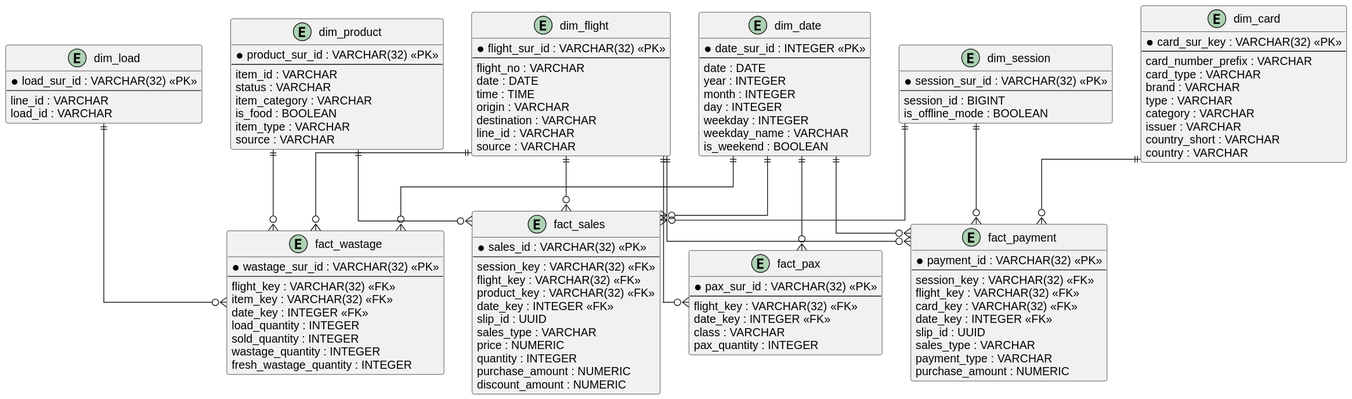
The PlantUML diagram docs/diagrams/data_model.svg in vkniazeva/ai-analytics-agent, before a commit. Source of this version:
```plantuml
@startuml
skinparam backgroundColor white
skinparam defaultFontName Arial
skinparam shadowing false
skinparam linetype ortho

skinparam entity {
    BackgroundColor #F9F9F9
    BorderColor #333333
}

entity "dim_flight" {
    * flight_sur_id : VARCHAR(32) <<PK>>
    --
    flight_no : VARCHAR
    date : DATE
    time : TIME
    origin : VARCHAR
    destination : VARCHAR
    line_id : VARCHAR
    source : VARCHAR
}

entity "dim_product" {
    * product_sur_id : VARCHAR(32) <<PK>>
    --
    item_id : VARCHAR
    status : VARCHAR
    item_category : VARCHAR
    is_food : BOOLEAN
    item_type : VARCHAR
    source : VARCHAR
}

entity "dim_date" {
    * date_sur_id : INTEGER <<PK>>
    --
    date : DATE
    year : INTEGER
    month : INTEGER
    day : INTEGER
    weekday : INTEGER
    weekday_name : VARCHAR
    is_weekend : BOOLEAN
}

entity "dim_session" {
    * session_sur_id : VARCHAR(32) <<PK>>
    --
    session_id : BIGINT
    is_offline_mode : BOOLEAN
}

entity "dim_card" {
    * card_sur_key : VARCHAR(32) <<PK>>
    --
    card_number_prefix : VARCHAR
    card_type : VARCHAR
    brand : VARCHAR
    type : VARCHAR
    category : VARCHAR
    issuer : VARCHAR
    country_short : VARCHAR
    country : VARCHAR
}

entity "dim_load" {
    * load_sur_id : VARCHAR(32) <<PK>>
    --
    line_id : VARCHAR
    load_id : VARCHAR
}

entity "fact_sales" {
    * sales_id : VARCHAR(32) <<PK>>
    --
    session_key : VARCHAR(32) <<FK>>
    flight_key : VARCHAR(32) <<FK>>
    product_key : VARCHAR(32) <<FK>>
    date_key : INTEGER <<FK>>
    slip_id : UUID
    sales_type : VARCHAR
    price : NUMERIC
    quantity : INTEGER
    purchase_amount : NUMERIC
    discount_amount : NUMERIC
}

entity "fact_payment" {
    * payment_id : VARCHAR(32) <<PK>>
    --
    session_key : VARCHAR(32) <<FK>>
    flight_key : VARCHAR(32) <<FK>>
    card_key : VARCHAR(32) <<FK>>
    date_key : INTEGER <<FK>>
    slip_id : UUID
    sales_type : VARCHAR
    payment_type : VARCHAR
    purchase_amount : NUMERIC
}

entity "fact_pax" {
    * pax_sur_id : VARCHAR(32) <<PK>>
    --
    flight_key : VARCHAR(32) <<FK>>
    date_key : INTEGER <<FK>>
    class : VARCHAR
    pax_quantity : INTEGER
}

entity "fact_wastage" {
    * wastage_sur_id : VARCHAR(32) <<PK>>
    --
    flight_key : VARCHAR(32) <<FK>>
    item_key : VARCHAR(32) <<FK>>
    date_key : INTEGER <<FK>>
    load_quantity : INTEGER
    sold_quantity : INTEGER
    wastage_quantity : INTEGER
    fresh_wastage_quantity : INTEGER
}

dim_flight ||--o{ fact_sales
dim_flight ||--o{ fact_payment
dim_flight ||--o{ fact_pax
dim_flight ||--o{ fact_wastage

dim_session ||--o{ fact_sales
dim_session ||--o{ fact_payment

dim_product ||--o{ fact_sales
dim_product ||--o{ fact_wastage

dim_card ||--o{ fact_payment

dim_date ||--o{ fact_sales
dim_date ||--o{ fact_payment
dim_date ||--o{ fact_pax
dim_date ||--o{ fact_wastage

dim_load ||--o{ fact_wastage
@enduml
```
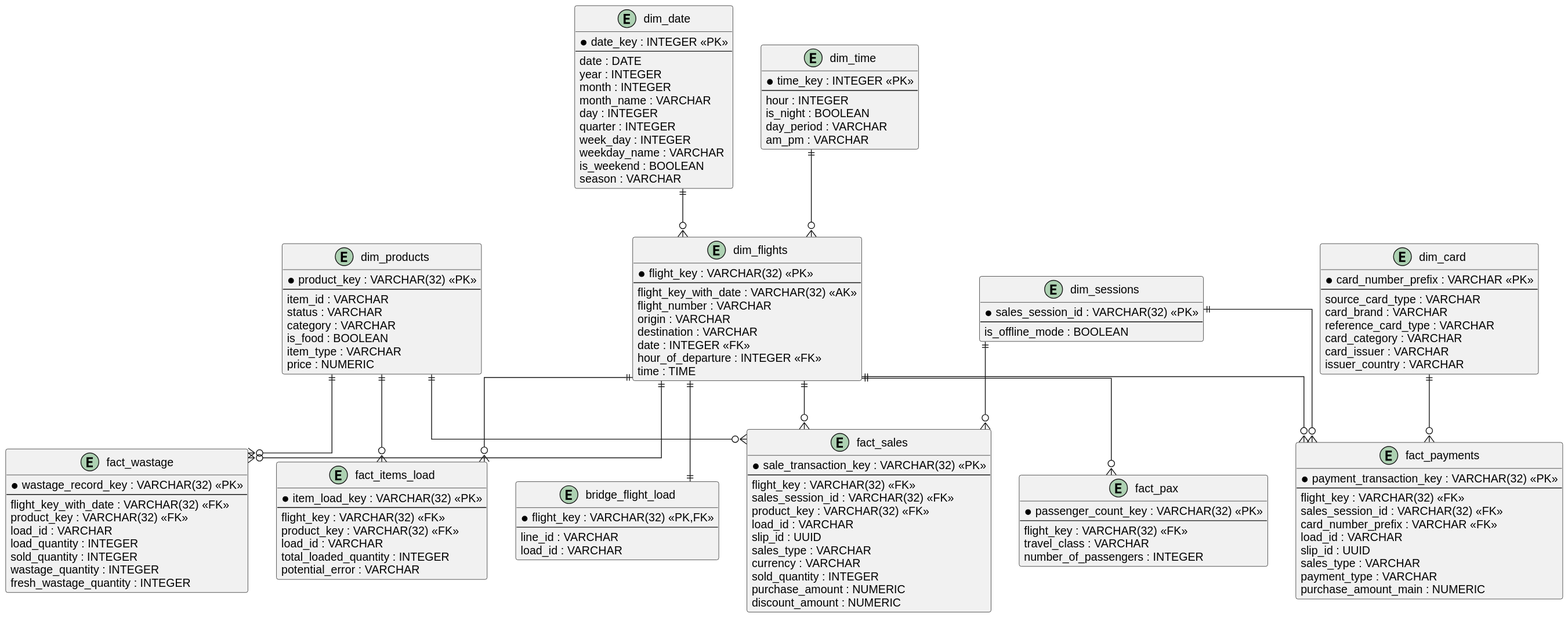
The same diagram one commit later.

Change to the diagram source:
```diff
@@ -9,134 +9,151 @@
     BorderColor #333333
 }
 
-entity "dim_flight" {
-    * flight_sur_id : VARCHAR(32) <<PK>>
-    --
-    flight_no : VARCHAR
-    date : DATE
-    time : TIME
-    origin : VARCHAR
-    destination : VARCHAR
-    line_id : VARCHAR
-    source : VARCHAR
-}
-
-entity "dim_product" {
-    * product_sur_id : VARCHAR(32) <<PK>>
-    --
-    item_id : VARCHAR
-    status : VARCHAR
-    item_category : VARCHAR
-    is_food : BOOLEAN
-    item_type : VARCHAR
-    source : VARCHAR
-}
-
 entity "dim_date" {
-    * date_sur_id : INTEGER <<PK>>
+    * date_key : INTEGER <<PK>>
     --
     date : DATE
     year : INTEGER
     month : INTEGER
+    month_name : VARCHAR
     day : INTEGER
-    weekday : INTEGER
+    quarter : INTEGER
+    week_day : INTEGER
     weekday_name : VARCHAR
     is_weekend : BOOLEAN
+    season : VARCHAR
 }
 
-entity "dim_session" {
-    * session_sur_id : VARCHAR(32) <<PK>>
+entity "dim_time" {
+    * time_key : INTEGER <<PK>>
     --
-    session_id : BIGINT
+    hour : INTEGER
+    is_night : BOOLEAN
+    day_period : VARCHAR
+    am_pm : VARCHAR
+}
+
+entity "dim_flights" {
+    * flight_key : VARCHAR(32) <<PK>>
+    --
+    flight_key_with_date : VARCHAR(32) <<AK>>
+    flight_number : VARCHAR
+    origin : VARCHAR
+    destination : VARCHAR
+    date : INTEGER <<FK>>
+    hour_of_departure : INTEGER <<FK>>
+    time : TIME
+}
+
+entity "dim_products" {
+    * product_key : VARCHAR(32) <<PK>>
+    --
+    item_id : VARCHAR
+    status : VARCHAR
+    category : VARCHAR
+    is_food : BOOLEAN
+    item_type : VARCHAR
+    price : NUMERIC
+}
+
+entity "dim_sessions" {
+    * sales_session_id : VARCHAR(32) <<PK>>
+    --
     is_offline_mode : BOOLEAN
 }
 
 entity "dim_card" {
-    * card_sur_key : VARCHAR(32) <<PK>>
+    * card_number_prefix : VARCHAR <<PK>>
     --
-    card_number_prefix : VARCHAR
-    card_type : VARCHAR
-    brand : VARCHAR
-    type : VARCHAR
-    category : VARCHAR
-    issuer : VARCHAR
-    country_short : VARCHAR
-    country : VARCHAR
+    source_card_type : VARCHAR
+    card_brand : VARCHAR
+    reference_card_type : VARCHAR
+    card_category : VARCHAR
+    card_issuer : VARCHAR
+    issuer_country : VARCHAR
 }
 
-entity "dim_load" {
-    * load_sur_id : VARCHAR(32) <<PK>>
+entity "bridge_flight_load" {
+    * flight_key : VARCHAR(32) <<PK,FK>>
     --
     line_id : VARCHAR
     load_id : VARCHAR
 }
 
 entity "fact_sales" {
-    * sales_id : VARCHAR(32) <<PK>>
+    * sale_transaction_key : VARCHAR(32) <<PK>>
     --
-    session_key : VARCHAR(32) <<FK>>
     flight_key : VARCHAR(32) <<FK>>
+    sales_session_id : VARCHAR(32) <<FK>>
     product_key : VARCHAR(32) <<FK>>
-    date_key : INTEGER <<FK>>
+    load_id : VARCHAR
     slip_id : UUID
     sales_type : VARCHAR
-    price : NUMERIC
-    quantity : INTEGER
+    currency : VARCHAR
+    sold_quantity : INTEGER
     purchase_amount : NUMERIC
     discount_amount : NUMERIC
 }
 
-entity "fact_payment" {
-    * payment_id : VARCHAR(32) <<PK>>
+entity "fact_payments" {
+    * payment_transaction_key : VARCHAR(32) <<PK>>
     --
-    session_key : VARCHAR(32) <<FK>>
     flight_key : VARCHAR(32) <<FK>>
-    card_key : VARCHAR(32) <<FK>>
-    date_key : INTEGER <<FK>>
+    sales_session_id : VARCHAR(32) <<FK>>
+    card_number_prefix : VARCHAR <<FK>>
+    load_id : VARCHAR
     slip_id : UUID
     sales_type : VARCHAR
     payment_type : VARCHAR
-    purchase_amount : NUMERIC
+    purchase_amount_main : NUMERIC
 }
 
 entity "fact_pax" {
-    * pax_sur_id : VARCHAR(32) <<PK>>
+    * passenger_count_key : VARCHAR(32) <<PK>>
     --
     flight_key : VARCHAR(32) <<FK>>
-    date_key : INTEGER <<FK>>
-    class : VARCHAR
-    pax_quantity : INTEGER
+    travel_class : VARCHAR
+    number_of_passengers : INTEGER
 }
 
 entity "fact_wastage" {
-    * wastage_sur_id : VARCHAR(32) <<PK>>
+    * wastage_record_key : VARCHAR(32) <<PK>>
     --
-    flight_key : VARCHAR(32) <<FK>>
-    item_key : VARCHAR(32) <<FK>>
-    date_key : INTEGER <<FK>>
+    flight_key_with_date : VARCHAR(32) <<FK>>
+    product_key : VARCHAR(32) <<FK>>
+    load_id : VARCHAR
     load_quantity : INTEGER
     sold_quantity : INTEGER
     wastage_quantity : INTEGER
     fresh_wastage_quantity : INTEGER
 }
 
-dim_flight ||--o{ fact_sales
-dim_flight ||--o{ fact_payment
-dim_flight ||--o{ fact_pax
-dim_flight ||--o{ fact_wastage
+entity "fact_items_load" {
+    * item_load_key : VARCHAR(32) <<PK>>
+    --
+    flight_key : VARCHAR(32) <<FK>>
+    product_key : VARCHAR(32) <<FK>>
+    load_id : VARCHAR
+    total_loaded_quantity : INTEGER
+    potential_error : VARCHAR
+}
 
-dim_session ||--o{ fact_sales
-dim_session ||--o{ fact_payment
+dim_date ||--o{ dim_flights
+dim_time ||--o{ dim_flights
 
-dim_product ||--o{ fact_sales
-dim_product ||--o{ fact_wastage
+dim_flights ||--o{ fact_sales
+dim_flights ||--o{ fact_payments
+dim_flights ||--o{ fact_pax
+dim_flights ||--o{ fact_wastage
+dim_flights ||--o{ fact_items_load
+dim_flights ||--|| bridge_flight_load
 
-dim_card ||--o{ fact_payment
+dim_sessions ||--o{ fact_sales
+dim_sessions ||--o{ fact_payments
 
-dim_date ||--o{ fact_sales
-dim_date ||--o{ fact_payment
-dim_date ||--o{ fact_pax
-dim_date ||--o{ fact_wastage
+dim_products ||--o{ fact_sales
+dim_products ||--o{ fact_wastage
+dim_products ||--o{ fact_items_load
 
-dim_load ||--o{ fact_wastage
+dim_card ||--o{ fact_payments
 @enduml
```
